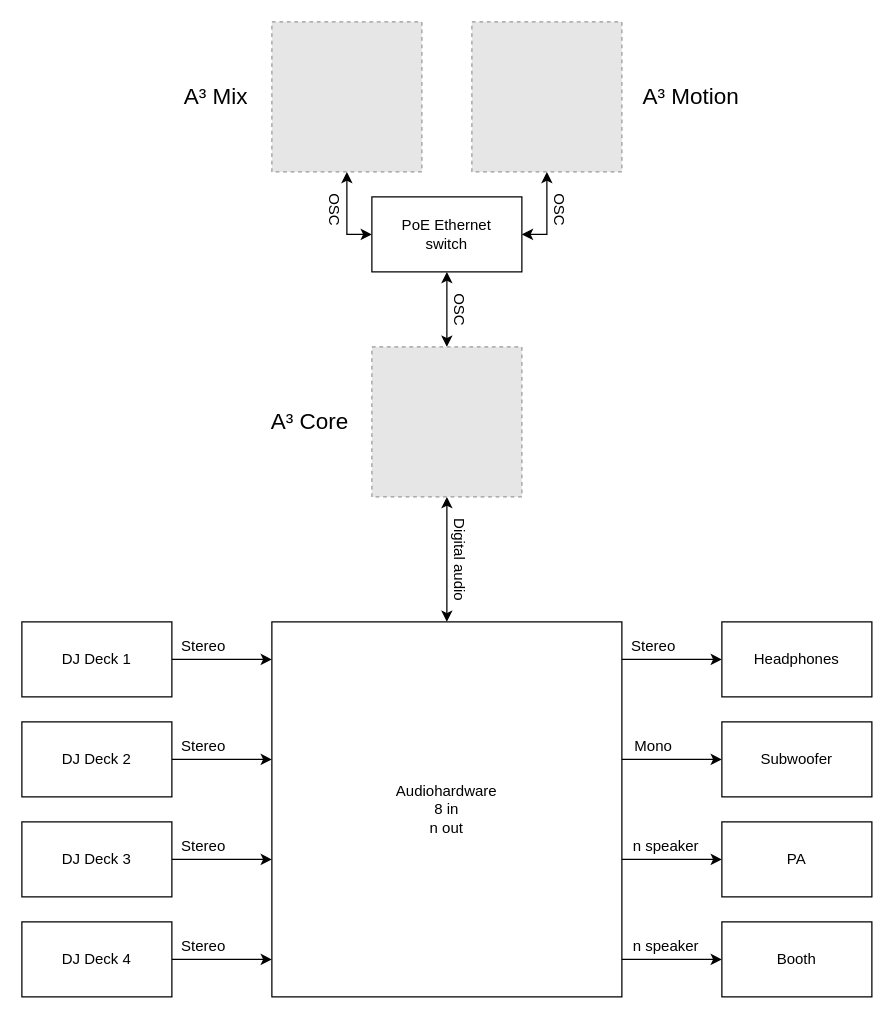
Above: drawio/a3_systen_symbol_signalflow.drawio in a3-audio/a3-doc (draw.io), before the change. Source tidied: cells renumbered, new cells numbered last; positions are measured from the earlier drawing's top-left corner, leaving out a move shared by most shapes. Both pictures are drawn from the tidied source at 125%, with x=0, y=0 at pixel (21, 21). Pictures stored in the file or linked from it are replaced by grey dashed boxes.
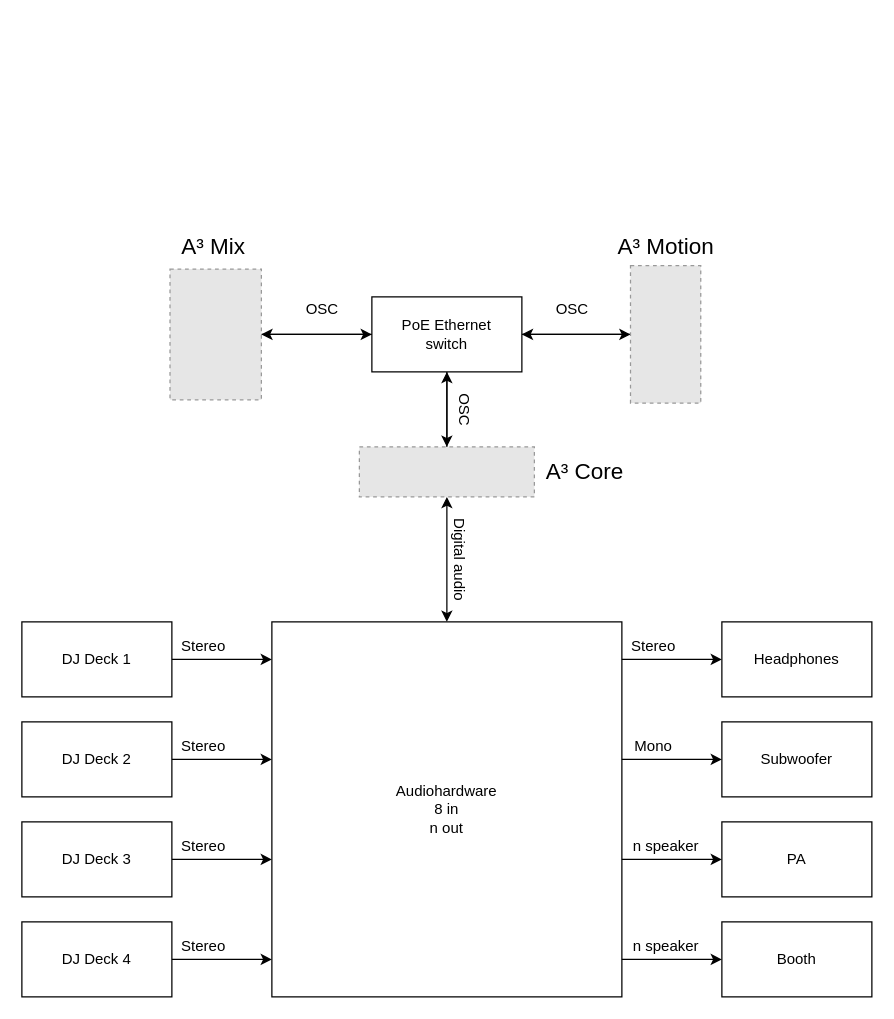
The same page after the edit.

Commit message (it also covers changes not shown here):
correct signalflow

Diff of the diagram source:
```diff
@@
+    <mxCell id="42" style="edgeStyle=orthogonalEdgeStyle;rounded=0;jettySize=auto;html=1;" parent="1" edge="1" source="27" target="46">
+      <mxGeometry relative="1" as="geometry" />
+    </mxCell>
+    <mxCell id="43" style="edgeStyle=orthogonalEdgeStyle;rounded=0;jettySize=auto;html=1;" parent="1" edge="1" source="27" target="50">
+      <mxGeometry relative="1" as="geometry" />
+    </mxCell>
+    <mxCell id="44" style="edgeStyle=orthogonalEdgeStyle;rounded=0;jettySize=auto;html=1;" parent="1" edge="1" source="27" target="48">
+      <mxGeometry relative="1" as="geometry" />
+    </mxCell>
     <mxCell id="27" value="&lt;div&gt;PoE Ethernet&lt;/div&gt;&lt;div&gt;switch&lt;/div&gt;" style="rounded=0;whiteSpace=wrap;html=1;" parent="1" vertex="1">
-      <mxGeometry x="280" y="140" width="120" height="60" as="geometry" />
+      <mxGeometry x="280" y="220" width="120" height="60" as="geometry" />
     </mxCell>
-    <mxCell id="28" style="endArrow=classic;startArrow=classic;html=1;rounded=0;" parent="1" edge="1" source="27">
-      <mxGeometry relative="1" as="geometry">
-        <mxPoint x="260" y="120" as="targetPoint" />
-        <Array as="points">
-          <mxPoint x="260" y="170" />
-        </Array>
-      </mxGeometry>
-    </mxCell>
-    <mxCell id="29" style="endArrow=classic;startArrow=classic;html=1;rounded=0;" parent="1" edge="1" source="27">
-      <mxGeometry relative="1" as="geometry">
-        <mxPoint x="420" y="120" as="targetPoint" />
-        <Array as="points">
-          <mxPoint x="420" y="170" />
-        </Array>
-      </mxGeometry>
-    </mxCell>
-    <mxCell id="30" style="endArrow=classic;startArrow=classic;html=1;rounded=0;" parent="1" edge="1" target="27">
-      <mxGeometry relative="1" as="geometry">
-        <mxPoint x="340" y="260" as="sourcePoint" />
-        <Array as="points">
-          <mxPoint x="340" y="230" />
-        </Array>
-      </mxGeometry>
-    </mxCell>
-    <mxCell id="31" value="OSC" style="text;html=1;align=center;verticalAlign=middle;strokeColor=none;fillColor=none;rotation=90;" parent="1" vertex="1">
-      <mxGeometry x="230" y="140" width="40" height="20" as="geometry" />
+    <mxCell id="31" value="OSC" style="text;html=1;align=center;verticalAlign=middle;strokeColor=none;fillColor=none;rotation=0;" parent="1" vertex="1">
+      <mxGeometry x="220" y="220" width="40" height="20" as="geometry" />
     </mxCell>
-    <mxCell id="32" value="OSC" style="text;html=1;align=center;verticalAlign=middle;strokeColor=none;fillColor=none;rotation=90;" parent="1" vertex="1">
-      <mxGeometry x="410" y="140" width="40" height="20" as="geometry" />
+    <mxCell id="32" value="OSC" style="text;html=1;align=center;verticalAlign=middle;strokeColor=none;fillColor=none;rotation=0;" parent="1" vertex="1">
+      <mxGeometry x="420" y="220" width="40" height="20" as="geometry" />
     </mxCell>
     <mxCell id="33" value="OSC" style="text;html=1;align=center;verticalAlign=middle;strokeColor=none;fillColor=none;rotation=90;" parent="1" vertex="1">
-      <mxGeometry x="330" y="220" width="40" height="20" as="geometry" />
+      <mxGeometry x="334" y="300" width="40" height="20" as="geometry" />
     </mxCell>
@@
     <mxCell id="36" value="&lt;font style=&quot;font-size: 18px&quot;&gt;A³ Motion&lt;br&gt;&lt;/font&gt;" style="text;html=1;align=center;verticalAlign=middle;strokeColor=none;fillColor=none;" parent="1" vertex="1">
-      <mxGeometry x="490" y="50" width="90" height="20" as="geometry" />
+      <mxGeometry x="470" y="170" width="90" height="20" as="geometry" />
     </mxCell>
     <mxCell id="37" value="&lt;font style=&quot;font-size: 18px&quot;&gt;A³ Mix&lt;br&gt;&lt;/font&gt;" style="text;html=1;align=center;verticalAlign=middle;strokeColor=none;fillColor=none;" parent="1" vertex="1">
-      <mxGeometry x="120" y="50" width="70" height="20" as="geometry" />
+      <mxGeometry x="118.4" y="170" width="70" height="20" as="geometry" />
     </mxCell>
     <mxCell id="38" value="&lt;font style=&quot;font-size: 18px&quot;&gt;A³ Core&lt;br&gt;&lt;/font&gt;" style="text;html=1;align=center;verticalAlign=middle;strokeColor=none;fillColor=none;" parent="1" vertex="1">
-      <mxGeometry x="190" y="310" width="80" height="20" as="geometry" />
+      <mxGeometry x="410" y="350" width="80" height="20" as="geometry" />
     </mxCell>
-    <mxCell id="39" style="fillColor=#E6E6E6;strokeColor=#999999;dashed=1;verticalLabelPosition=bottom;labelBackgroundColor=default;verticalAlign=top;" parent="1" vertex="1">
-      <mxGeometry x="280" y="260" width="120" height="120" as="geometry" />
-    </mxCell>
-    <mxCell id="40" style="fillColor=#E6E6E6;strokeColor=#999999;dashed=1;verticalLabelPosition=bottom;labelBackgroundColor=default;verticalAlign=top;" parent="1" vertex="1">
-      <mxGeometry x="200" width="120" height="120" as="geometry" />
-    </mxCell>
-    <mxCell id="41" style="fillColor=#E6E6E6;strokeColor=#999999;dashed=1;verticalLabelPosition=bottom;labelBackgroundColor=default;verticalAlign=top;" parent="1" vertex="1">
-      <mxGeometry x="360" width="120" height="120" as="geometry" />
-    </mxCell>
+    <mxCell id="45" style="edgeStyle=orthogonalEdgeStyle;rounded=0;jettySize=auto;html=1;" parent="1" edge="1" source="46" target="27">
+      <mxGeometry relative="1" as="geometry" />
+    </mxCell>
+    <mxCell id="46" style="fillColor=#E6E6E6;strokeColor=#999999;dashed=1;verticalLabelPosition=bottom;labelBackgroundColor=default;verticalAlign=top;" parent="1" vertex="1">
+      <mxGeometry x="270" y="340" width="140" height="40" as="geometry" />
+    </mxCell>
+    <mxCell id="47" style="edgeStyle=orthogonalEdgeStyle;rounded=0;jettySize=auto;html=1;" parent="1" edge="1" source="48" target="27">
+      <mxGeometry relative="1" as="geometry" />
+    </mxCell>
+    <mxCell id="48" style="fillColor=#E6E6E6;strokeColor=#999999;dashed=1;verticalLabelPosition=bottom;labelBackgroundColor=default;verticalAlign=top;" parent="1" vertex="1">
+      <mxGeometry x="118.5" y="197.7" width="73.1" height="104.6" as="geometry" />
+    </mxCell>
+    <mxCell id="49" style="edgeStyle=orthogonalEdgeStyle;rounded=0;jettySize=auto;html=1;" parent="1" edge="1" source="50" target="27">
+      <mxGeometry relative="1" as="geometry" />
+    </mxCell>
+    <mxCell id="50" style="fillColor=#E6E6E6;strokeColor=#999999;dashed=1;verticalLabelPosition=bottom;labelBackgroundColor=default;verticalAlign=top;" parent="1" vertex="1">
+      <mxGeometry x="486.9" y="195" width="56.2" height="110" as="geometry" />
+    </mxCell>
```
